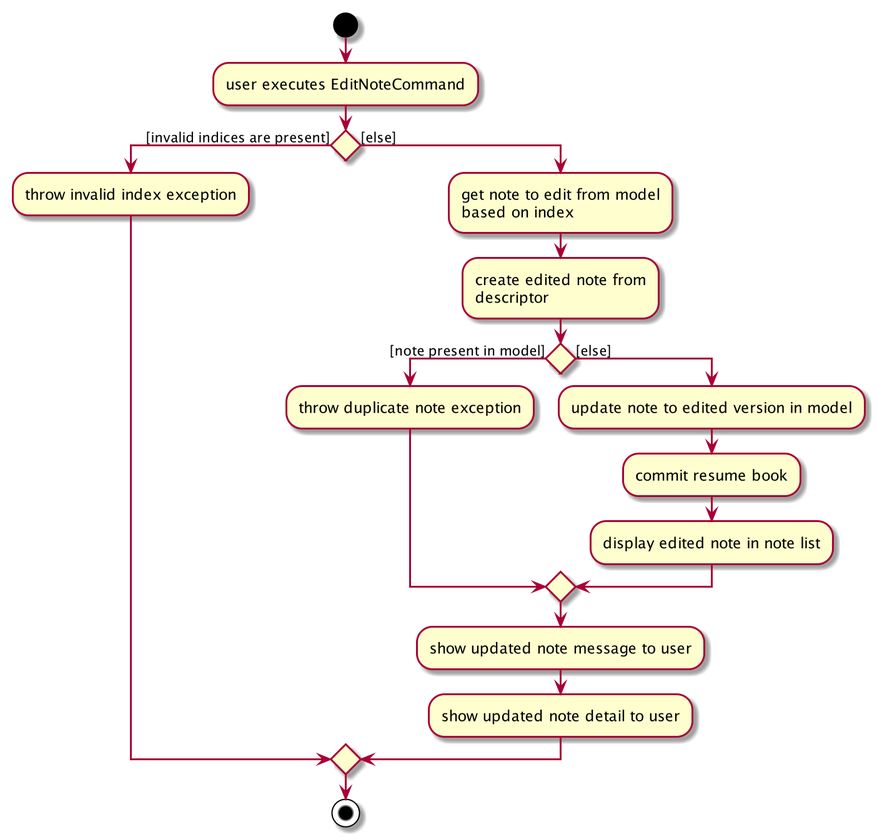
Above: docs/images/EditNoteCommandActivityDiagram.png in wardetu/main (PlantUML), before the change.
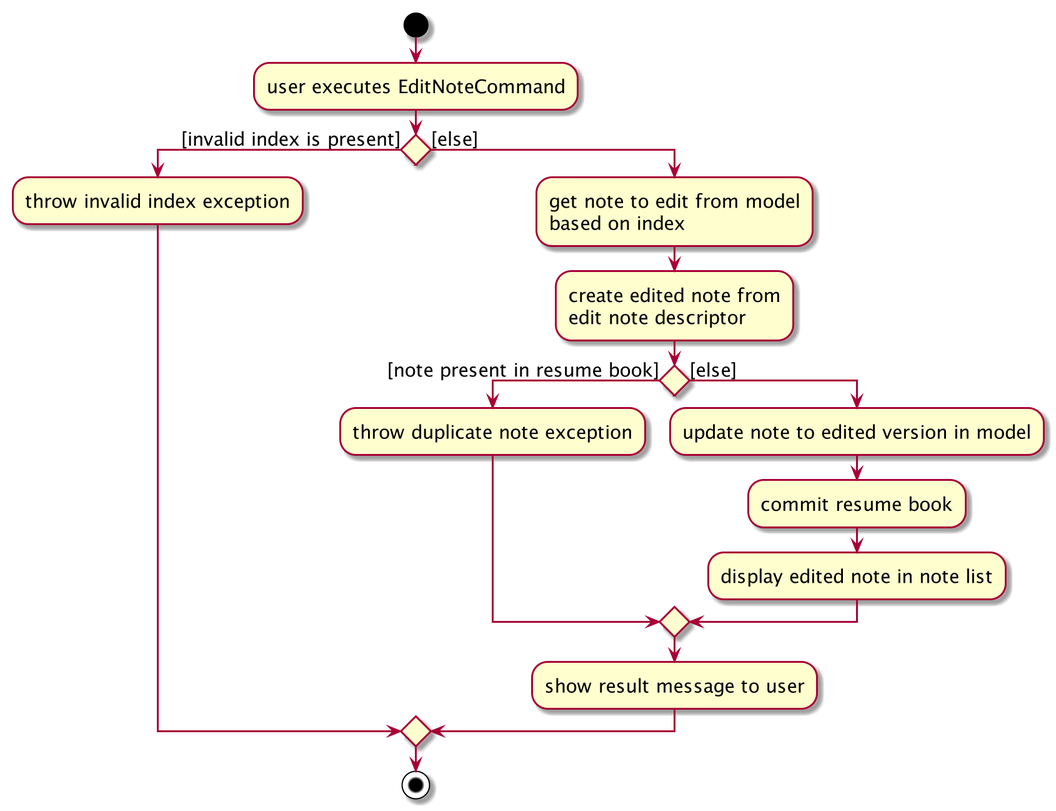
Later version of the same file.

Diff of the diagram source:
```diff
@@ -1,23 +1,26 @@
 @startuml
+skinparam defaultFontSize 15
+skinparam nodesep 90
+skinparam ranksep 130
+
 start
 :user executes EditNoteCommand;
 
-if () then ([invalid indices are present])
+if () then ([invalid index is present])
     :throw invalid index exception;
 else ([else])
     :get note to edit from model
     based on index;
     :create edited note from
-    descriptor;
-    if () then ([note present in model])
+    edit note descriptor;
+    if () then ([note present in resume book])
         :throw duplicate note exception;
     else ([else])
         :update note to edited version in model;
         :commit resume book;
         :display edited note in note list;
     endif
-    :show updated note message to user;
-    :show updated note detail to user;
+    :show result message to user;
 endif
 stop
 @enduml
```
